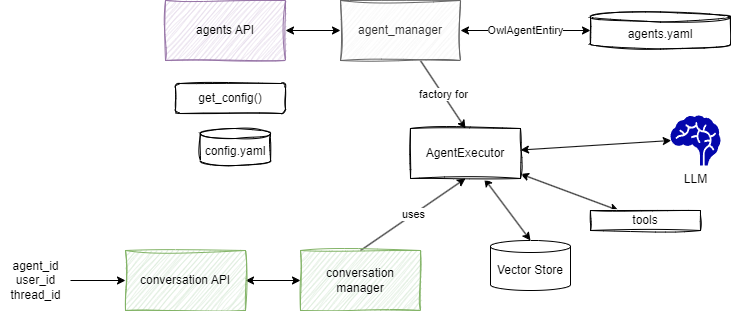
Above: docs/diagrams/agent_mgr_class.drawio.png in AthenaDecisionSystems/athena-owl-core (draw.io), before the change. Source tidied: cells renumbered, new cells last; positions are measured from the earlier drawing's top-left corner, leaving out a move shared by most shapes.
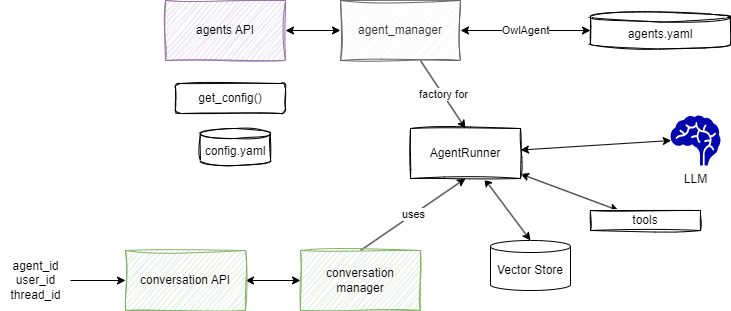
After the commit.

Diff of the diagram source:
```diff
@@ -20,7 +20,7 @@
     <mxCell id="7" value="config.yaml" style="shape=cylinder3;whiteSpace=wrap;html=1;boundedLbl=1;backgroundOutline=1;size=5;sketch=1;" parent="1" vertex="1">
       <mxGeometry x="200" y="128" width="70" height="37" as="geometry" />
     </mxCell>
-    <mxCell id="8" value="OwlAgentEntiry" style="edgeStyle=none;html=1;entryX=1;entryY=0.5;entryDx=0;entryDy=0;startArrow=classic;startFill=1;" parent="1" edge="1" source="9" target="3">
+    <mxCell id="8" value="OwlAgent" style="edgeStyle=none;html=1;entryX=1;entryY=0.5;entryDx=0;entryDy=0;startArrow=classic;startFill=1;" parent="1" edge="1" source="9" target="3">
       <mxGeometry relative="1" as="geometry" />
     </mxCell>
     <mxCell id="9" value="agents.yaml" style="shape=cylinder3;whiteSpace=wrap;html=1;boundedLbl=1;backgroundOutline=1;size=5;sketch=1;" parent="1" vertex="1">
@@ -35,7 +35,7 @@
     <mxCell id="12" style="edgeStyle=none;html=1;entryX=0.5;entryY=0;entryDx=0;entryDy=0;entryPerimeter=0;startArrow=classic;startFill=1;" parent="1" edge="1" source="13" target="17">
       <mxGeometry relative="1" as="geometry" />
     </mxCell>
-    <mxCell id="13" value="AgentExecutor" style="whiteSpace=wrap;html=1;sketch=1;curveFitting=1;jiggle=2;" parent="1" vertex="1">
+    <mxCell id="13" value="AgentRunner" style="whiteSpace=wrap;html=1;sketch=1;curveFitting=1;jiggle=2;" parent="1" vertex="1">
       <mxGeometry x="410" y="128" width="110" height="50" as="geometry" />
     </mxCell>
     <mxCell id="14" value="uses" style="edgeStyle=none;html=1;entryX=0.5;entryY=1;entryDx=0;entryDy=0;startArrow=none;startFill=0;exitX=0.5;exitY=0;exitDx=0;exitDy=0;" parent="1" edge="1" source="20" target="13">
```
